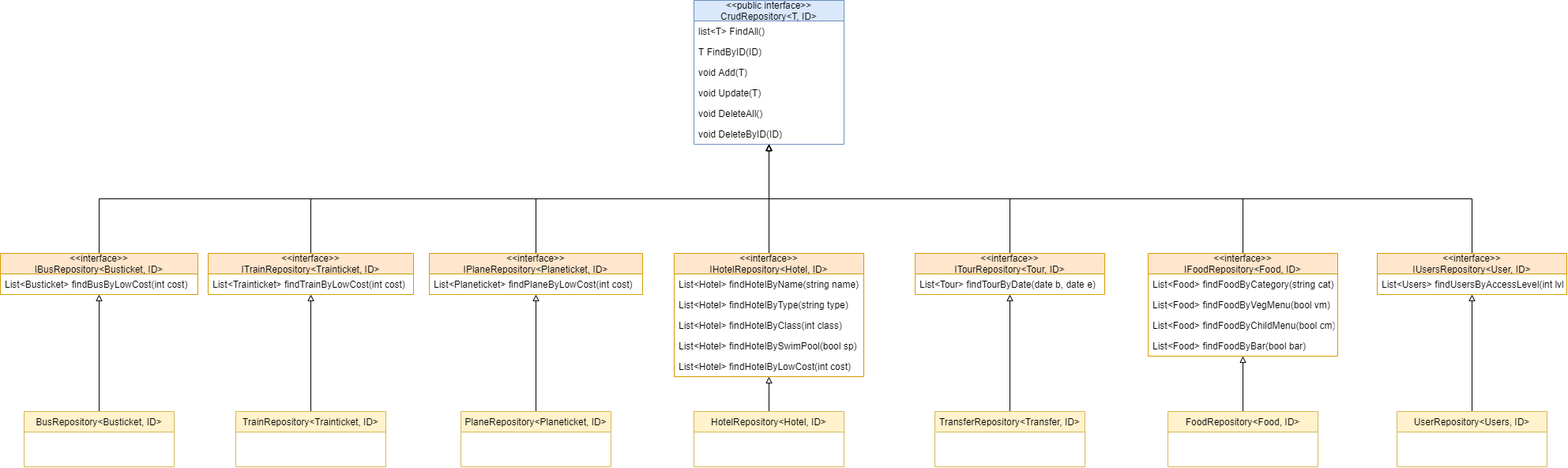
platosha-git/PPO keeps this draw.io diagram as lab1/schemas/UML_DB.png. Above is the earlier version. Source tidied: cells renumbered, new cells last; positions are measured from the earlier drawing's top-left corner, leaving out a move shared by most shapes.
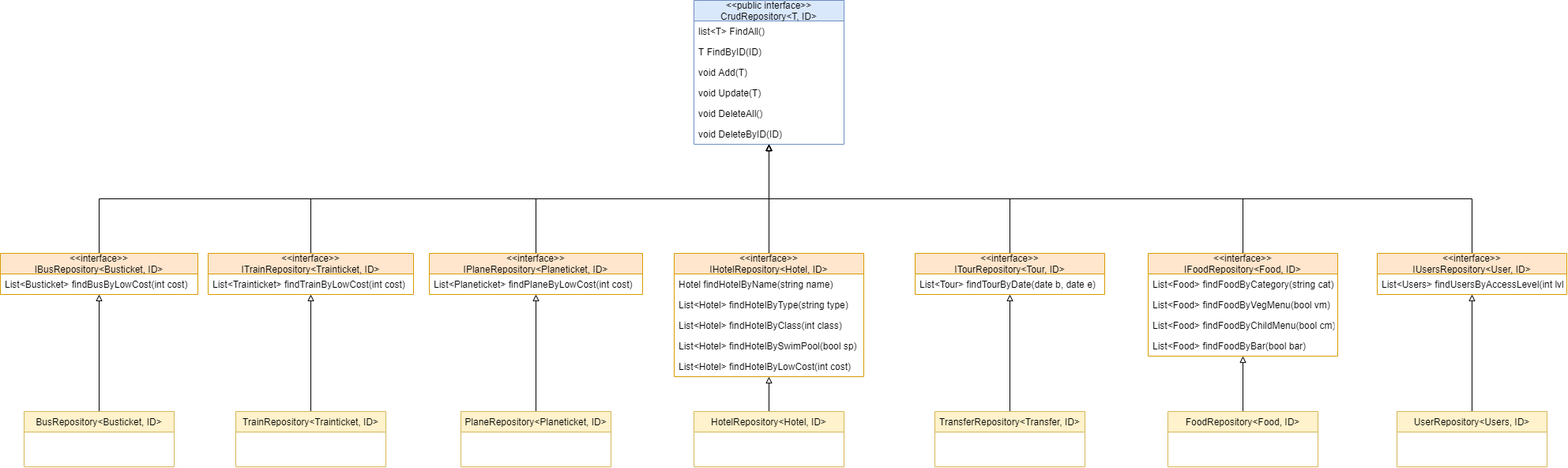
The same file after the commit.

What changed in the source:
```diff
@@ -56,7 +56,7 @@
     <mxCell id="19" value="&lt;&lt;interface&gt;&gt;&#10;IHotelRepository&lt;Hotel, ID&gt;" style="swimlane;fontStyle=0;horizontal=1;startSize=26;fillColor=#ffe6cc;strokeColor=#d79b00;" parent="1" vertex="1">
       <mxGeometry x="853" y="320" width="240" height="156" as="geometry" />
     </mxCell>
-    <mxCell id="20" value="List&lt;Hotel&gt; findHotelByName(string name)" style="text;strokeColor=none;fillColor=none;align=left;verticalAlign=top;spacingLeft=4;spacingRight=4;overflow=hidden;" parent="19" vertex="1">
+    <mxCell id="20" value="Hotel findHotelByName(string name)" style="text;strokeColor=none;fillColor=none;align=left;verticalAlign=top;spacingLeft=4;spacingRight=4;overflow=hidden;" parent="19" vertex="1">
       <mxGeometry y="26" width="240" height="26" as="geometry" />
     </mxCell>
     <mxCell id="21" value="List&lt;Hotel&gt; findHotelByType(string type)" style="text;strokeColor=none;fillColor=none;align=left;verticalAlign=top;spacingLeft=4;spacingRight=4;overflow=hidden;" parent="19" vertex="1">
```
